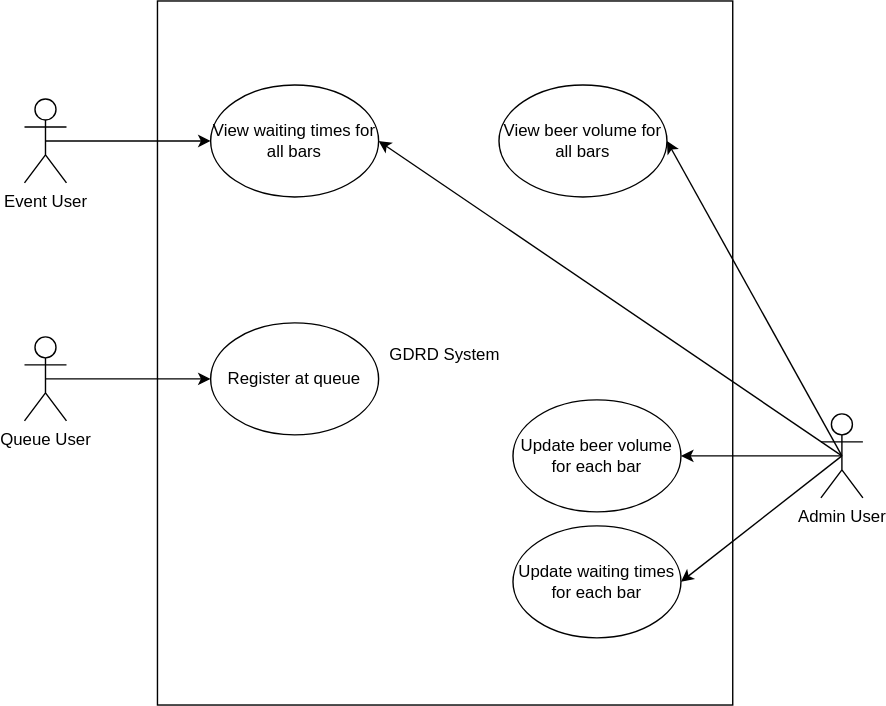
This is doc/use_case_diagram.drawio.svg from christerng/gdrd, a draw.io export, as it was before one commit. Source tidied: cells renumbered, new cells last; positions are measured from the earlier drawing's top-left corner, leaving out a move shared by most shapes.
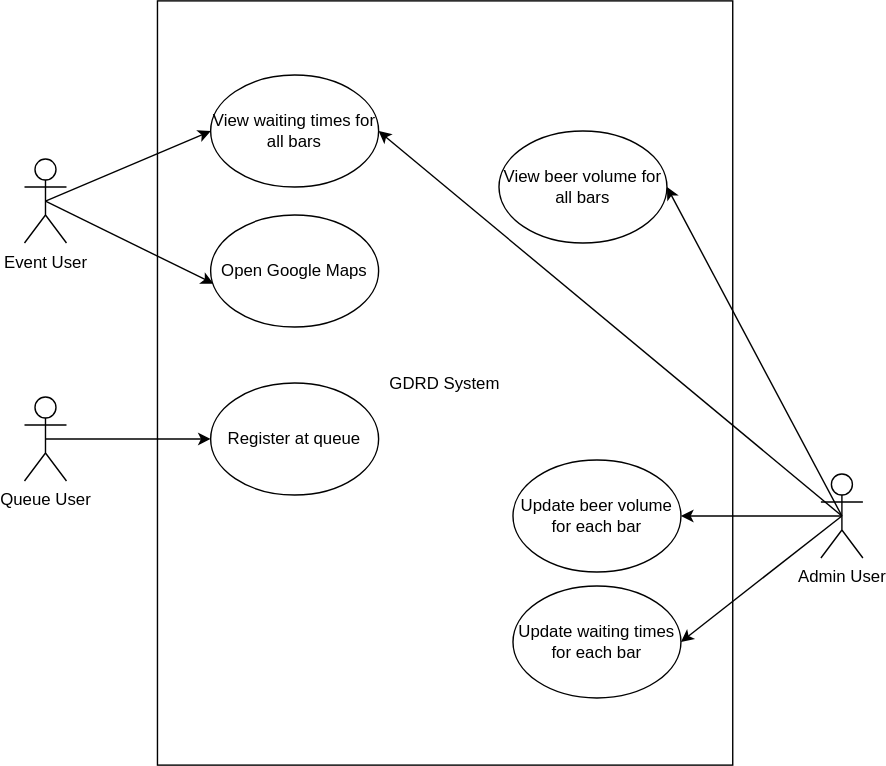
After the change.

Commit message:
doc: update use case diagram

Diff of the diagram source:
```diff
@@ -3,16 +3,19 @@
     <mxCell id="0" />
     <mxCell id="1" parent="0" />
     <mxCell id="2" value="&lt;p style=&quot;line-height: 100%;&quot;&gt;GDRD System&lt;/p&gt;" style="rounded=0;whiteSpace=wrap;html=1;align=center;" parent="1" vertex="1">
-      <mxGeometry x="95" width="411" height="503" as="geometry" />
+      <mxGeometry x="95" y="-43" width="411" height="546" as="geometry" />
     </mxCell>
     <mxCell id="3" style="edgeStyle=none;html=1;exitX=0.5;exitY=0.5;exitDx=0;exitDy=0;exitPerimeter=0;entryX=0;entryY=0.5;entryDx=0;entryDy=0;" parent="1" edge="1" source="4" target="5">
       <mxGeometry relative="1" as="geometry" />
     </mxCell>
+    <mxCell id="17" style="edgeStyle=none;html=1;exitX=0.5;exitY=0.5;exitDx=0;exitDy=0;exitPerimeter=0;entryX=0.017;entryY=0.613;entryDx=0;entryDy=0;entryPerimeter=0;" parent="1" edge="1" source="4" target="18">
+      <mxGeometry relative="1" as="geometry" />
+    </mxCell>
     <mxCell id="4" value="Event User" style="shape=umlActor;verticalLabelPosition=bottom;verticalAlign=top;html=1;outlineConnect=0;" parent="1" vertex="1">
       <mxGeometry y="70" width="30" height="60" as="geometry" />
     </mxCell>
     <mxCell id="5" value="View waiting times for all bars" style="ellipse;whiteSpace=wrap;html=1;" parent="1" vertex="1">
-      <mxGeometry x="133" y="60" width="120" height="80" as="geometry" />
+      <mxGeometry x="133" y="10" width="120" height="80" as="geometry" />
     </mxCell>
     <mxCell id="6" value="Register at queue" style="ellipse;whiteSpace=wrap;html=1;" parent="1" vertex="1">
       <mxGeometry x="133" y="230" width="120" height="80" as="geometry" />
@@ -45,7 +48,10 @@
       <mxGeometry x="569" y="295" width="30" height="60" as="geometry" />
     </mxCell>
     <mxCell id="16" value="View beer volume for all bars" style="ellipse;whiteSpace=wrap;html=1;" parent="1" vertex="1">
-      <mxGeometry x="339" y="60" width="120" height="80" as="geometry" />
+      <mxGeometry x="339" y="50" width="120" height="80" as="geometry" />
     </mxCell>
+    <mxCell id="18" value="Open Google Maps" style="ellipse;whiteSpace=wrap;html=1;" parent="1" vertex="1">
+      <mxGeometry x="133" y="110" width="120" height="80" as="geometry" />
+    </mxCell>
   </root>
 </mxGraphModel>
```
